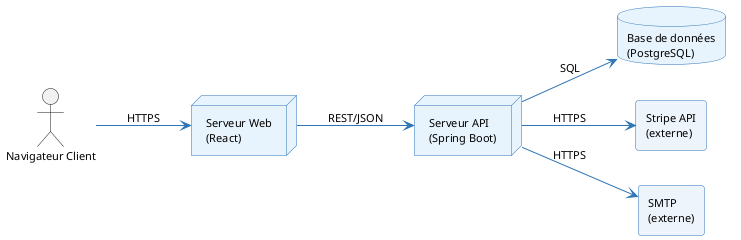
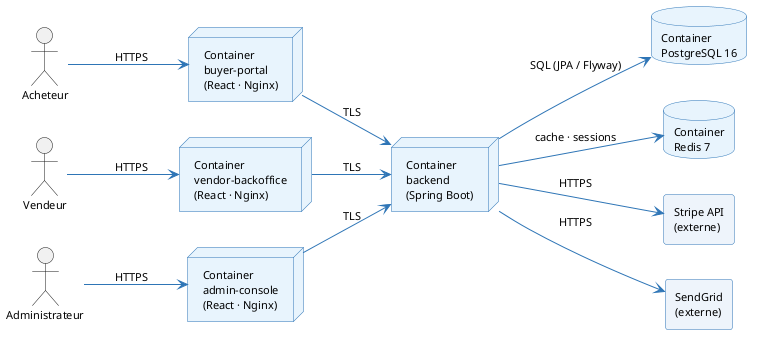
@startuml pa-deployment-fr
skinparam defaultFontSize 11
skinparam shadowing false
skinparam ArrowColor #2E75B6
skinparam nodeBorderColor #2E75B6
skinparam nodeBackgroundColor #E8F4FD
skinparam databaseBorderColor #2E75B6
skinparam databaseBackgroundColor #E8F4FD
skinparam rectangleBorderColor #2E75B6
skinparam rectangleBackgroundColor #EEF4FB

left to right direction

- actor "Navigateur Client" as Client
+ actor "Acheteur"       as Buyer
+ actor "Vendeur"        as Vendor
+ actor "Administrateur" as Admin

- node "Serveur Web\n(React)" as Web
- node "Serveur API\n(Spring Boot)" as API
- database "Base de données\n(PostgreSQL)" as DB
+ node "Container\nbuyer-portal\n(React · Nginx)" as FrontB
+ node "Container\nvendor-backoffice\n(React · Nginx)" as FrontV
+ node "Container\nadmin-console\n(React · Nginx)" as FrontA
+ node "Container\nbackend\n(Spring Boot)" as API
+ database "Container\nPostgreSQL 16" as DB
+ database "Container\nRedis 7" as Redis
rectangle "Stripe API\n(externe)" as Stripe
- rectangle "SMTP\n(externe)" as SMTP
+ rectangle "SendGrid\n(externe)" as SMTP

- Client --> Web : HTTPS
- Web --> API : REST/JSON
- API --> DB : SQL
+ Buyer  --> FrontB : HTTPS
+ Vendor --> FrontV : HTTPS
+ Admin  --> FrontA : HTTPS
+ 
+ FrontB --> API : TLS
+ FrontV --> API : TLS
+ FrontA --> API : TLS
+ 
+ API --> DB    : SQL (JPA / Flyway)
+ API --> Redis : cache · sessions
API --> Stripe : HTTPS
- API --> SMTP : HTTPS
+ API --> SMTP   : HTTPS

@enduml
